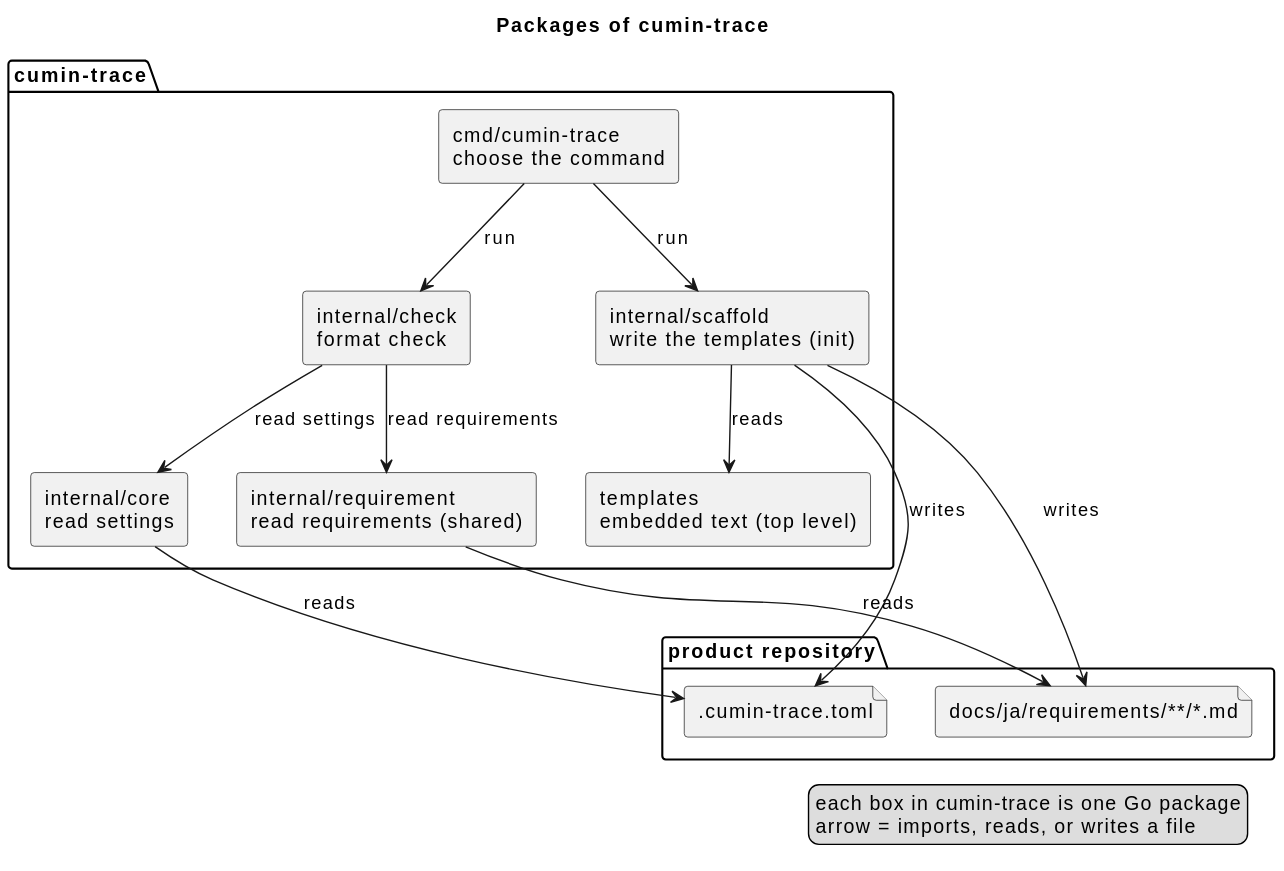
The PlantUML diagram docs/ja/architecture/overview.svg in cloveclovedev/cumin-trace, before a commit.
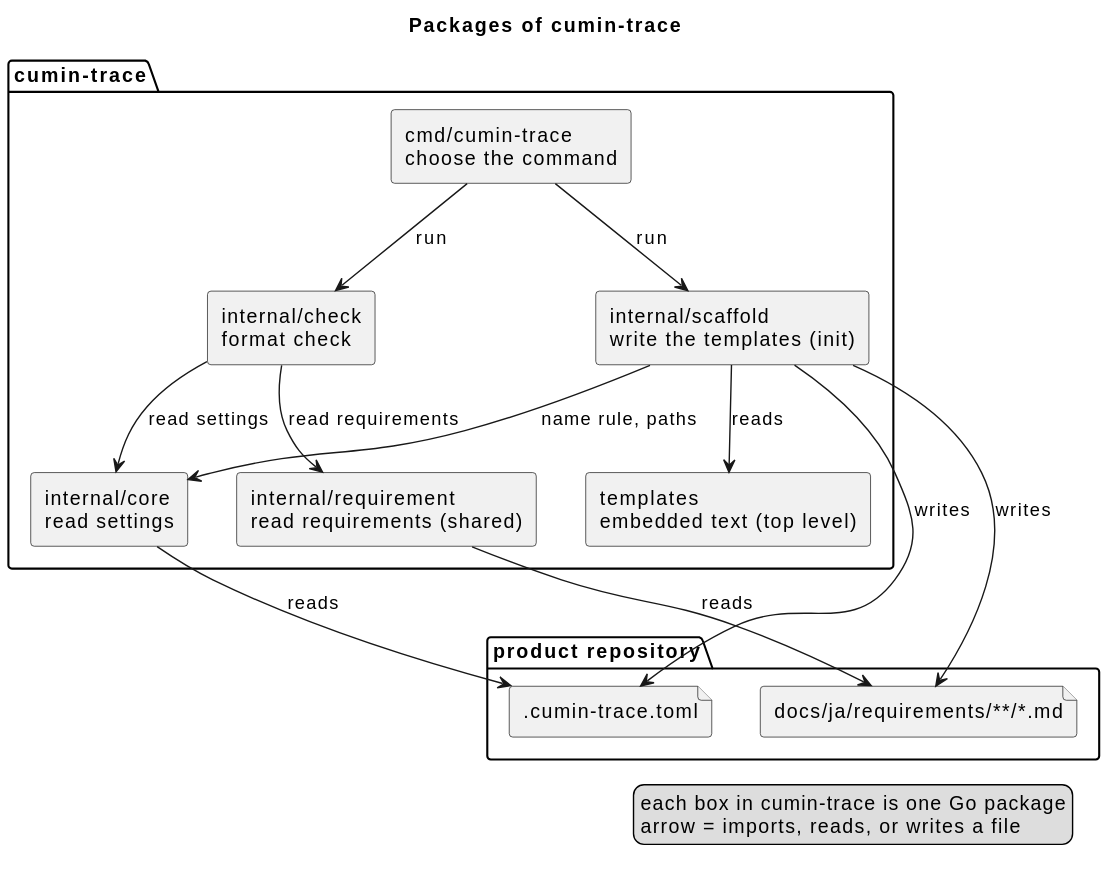
After the commit.

What changed in the source:
```diff
@@ -20,6 +20,7 @@
 cmd --> check : run
 cmd --> scaffold : run
 scaffold --> templates : reads
+scaffold --> core : name rule, paths
 scaffold --> toml : writes
 scaffold --> docs : writes
 check --> requirement : read requirements
```
